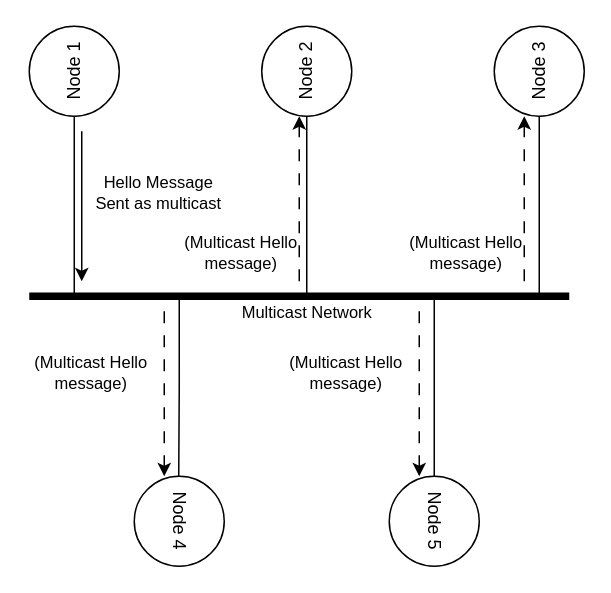
aniemela-cloud/uh-ds-g9-project keeps this draw.io diagram as Documentation/Graphs/Five Nodes Designated Router.drawio. Above is the earlier version. Source tidied: cells renumbered, new cells numbered last; positions are measured from the earlier drawing's top-left corner, leaving out a move shared by most shapes. Both pictures are drawn from the tidied source at 150%, with x=0, y=0 at pixel (28, 26).
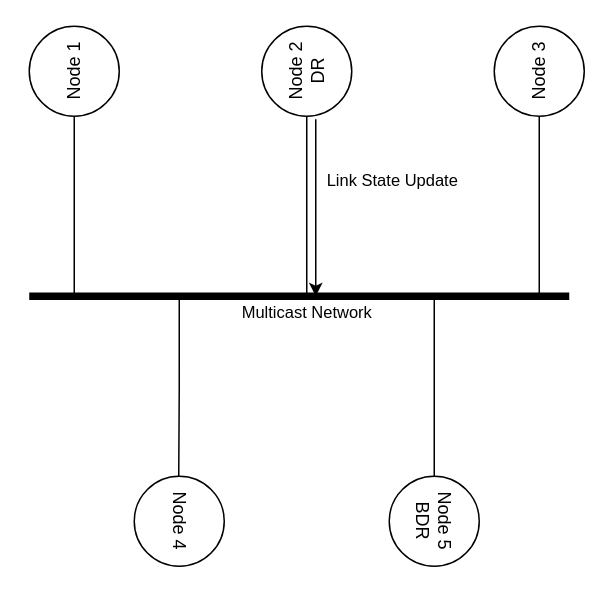
The same page after the edit.

Unchanged cells that the change refers to:
```xml
<mxCell id="10" style="group;rotation=-180;" parent="1" vertex="1">
  <mxGeometry x="70" y="180" width="60" height="180" as="geometry" />
</mxCell>
<mxCell id="15" style="group;rotation=-180;" parent="1" vertex="1">
  <mxGeometry x="240" y="180" width="60" height="180" as="geometry" />
</mxCell>
```

The edit, as a diff of the source:
```diff
@@
-    <mxCell id="9" value="Node 2" style="ellipse;whiteSpace=wrap;html=1;shapeInside=1;horizontal=0;" parent="1" vertex="1">
+    <mxCell id="9" value="&lt;div&gt;Node 2&lt;/div&gt;DR" style="ellipse;whiteSpace=wrap;html=1;shapeInside=1;horizontal=0;" parent="1" vertex="1">
       <mxGeometry x="155" width="60" height="60" as="geometry" />
     </mxCell>
@@
-    <mxCell id="13" style="endArrow=classic;html=1;rounded=0;defaultLabelBackgroundColor=page;dashed=1;dashPattern=8 8;" parent="10" edge="1">
-      <mxGeometry relative="1" as="geometry">
-        <mxPoint x="20" y="10" as="sourcePoint" />
-        <mxPoint x="20" y="120" as="targetPoint" />
-      </mxGeometry>
-    </mxCell>
-    <mxCell id="14" value="&lt;div&gt;(Multicast Hello&lt;/div&gt;&lt;div&gt;message)&lt;/div&gt;" style="edgeLabel;html=1;align=center;verticalAlign=middle;inheritText=1;defaultLabelBackgroundColor=page;" parent="13" vertex="1">
-      <mxGeometry x="-0.27" y="-4" relative="1" as="geometry">
-        <mxPoint x="-46" as="offset" />
-      </mxGeometry>
-    </mxCell>
@@
-    <mxCell id="17" value="Node 5" style="ellipse;whiteSpace=wrap;html=1;shapeInside=1;rotation=-180;horizontal=0;" parent="15" vertex="1">
+    <mxCell id="17" value="&lt;div&gt;Node 5&lt;/div&gt;BDR" style="ellipse;whiteSpace=wrap;html=1;shapeInside=1;rotation=-180;horizontal=0;" parent="15" vertex="1">
       <mxGeometry y="120" width="60" height="60" as="geometry" />
     </mxCell>
-    <mxCell id="18" style="endArrow=classic;html=1;rounded=0;defaultLabelBackgroundColor=page;dashed=1;dashPattern=8 8;" parent="15" edge="1">
-      <mxGeometry relative="1" as="geometry">
-        <mxPoint x="20" y="10" as="sourcePoint" />
-        <mxPoint x="20" y="120" as="targetPoint" />
-      </mxGeometry>
-    </mxCell>
-    <mxCell id="19" value="&lt;div&gt;(Multicast Hello&lt;/div&gt;&lt;div&gt;message)&lt;/div&gt;" style="edgeLabel;html=1;align=center;verticalAlign=middle;inheritText=1;defaultLabelBackgroundColor=page;" parent="18" vertex="1">
-      <mxGeometry x="-0.27" y="-4" relative="1" as="geometry">
-        <mxPoint x="-46" as="offset" />
-      </mxGeometry>
-    </mxCell>
     <mxCell id="20" style="endArrow=classic;html=1;rounded=0;defaultLabelBackgroundColor=page;" parent="1" edge="1">
-      <mxGeometry x="-0.56" relative="1" as="geometry">
-        <mxPoint x="35" y="70" as="sourcePoint" />
-        <mxPoint x="35" y="170" as="targetPoint" />
+      <mxGeometry x="-0.63" relative="1" as="geometry">
+        <mxPoint x="191" y="62" as="sourcePoint" />
+        <mxPoint x="191" y="180" as="targetPoint" />
         <Array as="points">
-          <mxPoint x="35" y="90" />
-          <mxPoint x="35" y="130" />
+          <mxPoint x="191" y="82" />
+          <mxPoint x="191" y="122" />
         </Array>
       </mxGeometry>
     </mxCell>
-    <mxCell id="21" value="&lt;div&gt;Hello Message&lt;/div&gt;&lt;div&gt;Sent as multicast&lt;/div&gt;" style="edgeLabel;html=1;align=center;verticalAlign=middle;inheritText=1;defaultLabelBackgroundColor=page;" parent="20" vertex="1">
-      <mxGeometry x="-0.42" y="2" relative="1" as="geometry">
+    <mxCell id="21" value="Link State Update" style="edgeLabel;html=1;align=center;verticalAlign=middle;inheritText=1;defaultLabelBackgroundColor=page;" parent="20" vertex="1">
+      <mxGeometry x="-0.51" y="2" relative="1" as="geometry">
         <mxPoint x="48" y="11" as="offset" />
       </mxGeometry>
     </mxCell>
-    <mxCell id="22" style="endArrow=classic;html=1;rounded=0;defaultLabelBackgroundColor=page;dashed=1;dashPattern=8 8;" parent="1" edge="1">
-      <mxGeometry relative="1" as="geometry">
-        <mxPoint x="180" y="170" as="sourcePoint" />
-        <mxPoint x="180" y="60" as="targetPoint" />
-      </mxGeometry>
-    </mxCell>
-    <mxCell id="23" value="&lt;div&gt;(Multicast Hello&lt;/div&gt;&lt;div&gt;message)&lt;/div&gt;" style="edgeLabel;html=1;align=center;verticalAlign=middle;inheritText=1;defaultLabelBackgroundColor=page;" parent="22" vertex="1">
-      <mxGeometry x="-0.11" y="1" relative="1" as="geometry">
-        <mxPoint x="-39" y="29" as="offset" />
-      </mxGeometry>
-    </mxCell>
-    <mxCell id="24" style="endArrow=classic;html=1;rounded=0;defaultLabelBackgroundColor=page;dashed=1;dashPattern=8 8;" parent="1" edge="1">
-      <mxGeometry relative="1" as="geometry">
-        <mxPoint x="330" y="170" as="sourcePoint" />
-        <mxPoint x="330" y="60" as="targetPoint" />
-      </mxGeometry>
-    </mxCell>
-    <mxCell id="25" value="&lt;div&gt;(Multicast Hello&lt;/div&gt;&lt;div&gt;message)&lt;/div&gt;" style="edgeLabel;html=1;align=center;verticalAlign=middle;inheritText=1;defaultLabelBackgroundColor=page;" parent="24" vertex="1">
-      <mxGeometry x="-0.11" y="1" relative="1" as="geometry">
-        <mxPoint x="-39" y="29" as="offset" />
-      </mxGeometry>
-    </mxCell>
```
